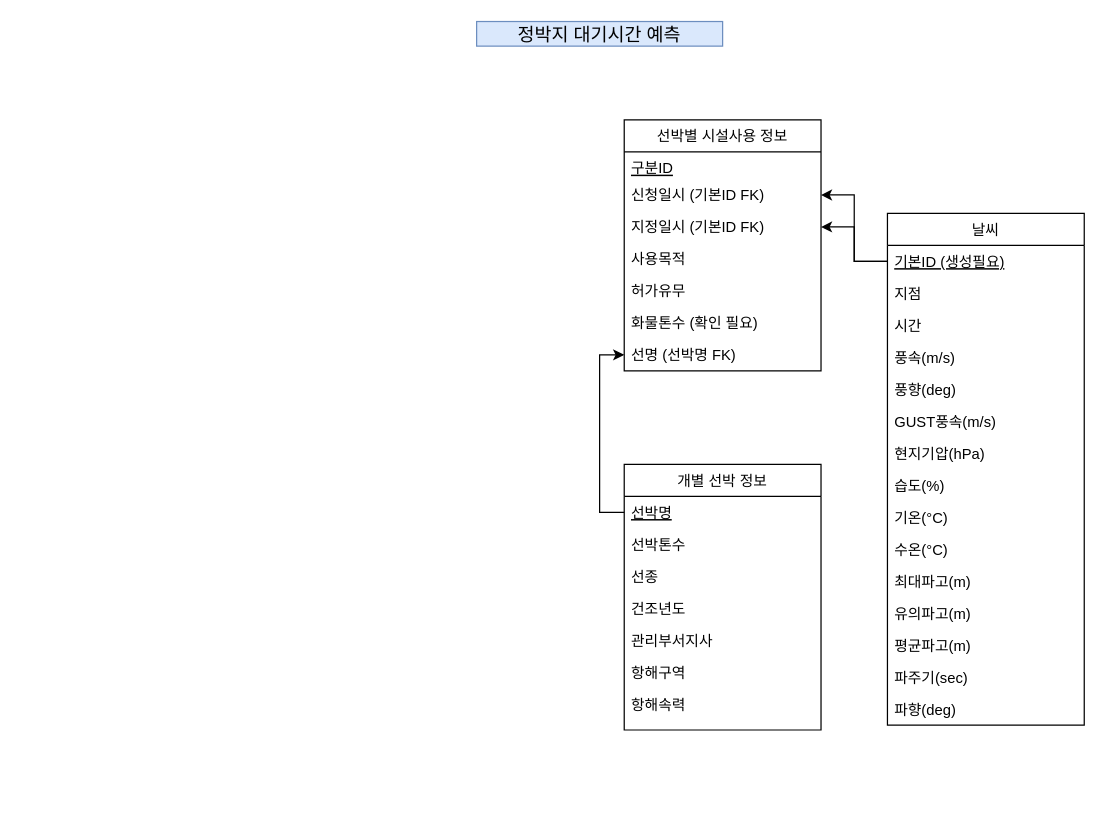
mynameis-sohee/Smart-Marine-Logistics-Project keeps this draw.io diagram as Untitled Diagram.drawio. Above is the earlier version. Source tidied: cells renumbered, new cells numbered last; positions are measured from the earlier drawing's top-left corner, leaving out a move shared by most shapes. Both pictures are drawn from the tidied source at 123%, with x=0, y=0 at pixel (476, 21).
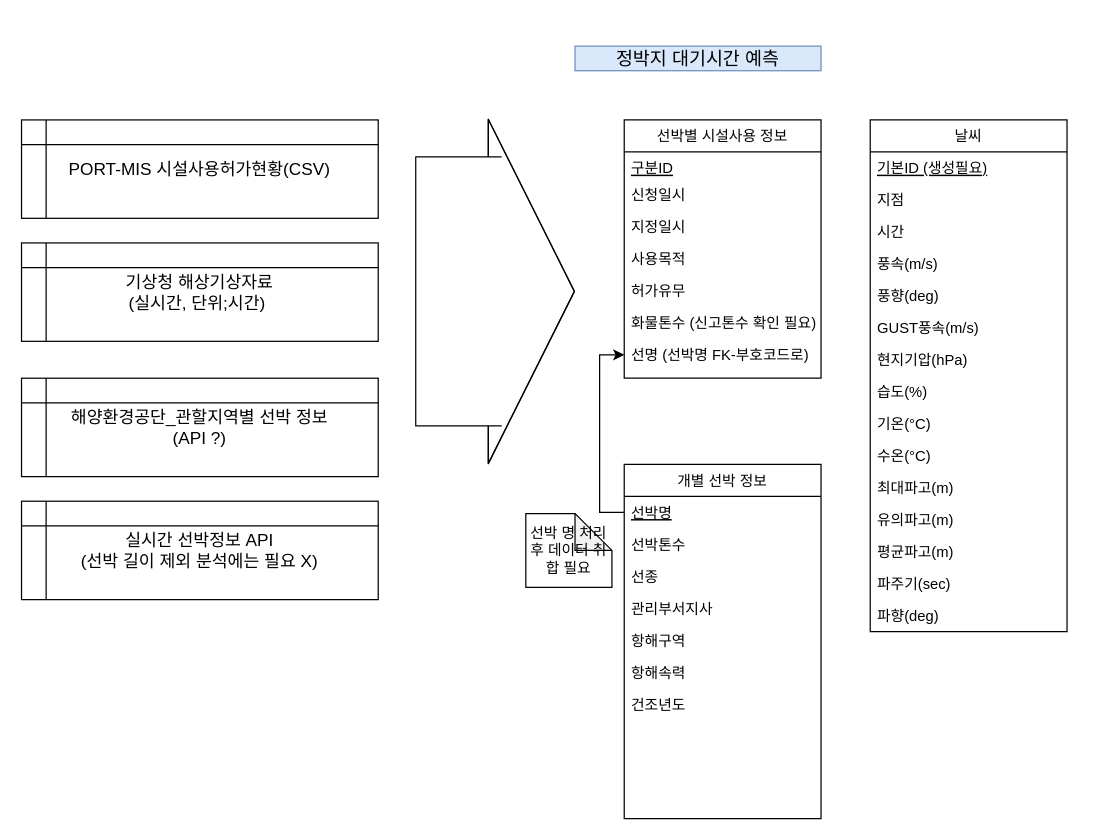
After the change.

Commit message:
데이터 아키텍쳐 설계.drawio

Unchanged cells that the change refers to:
```xml
<mxCell id="19" value="기본ID (생성필요)" style="text;align=left;verticalAlign=top;spacingLeft=4;spacingRight=4;overflow=hidden;points=[[0,0.5],[1,0.5]];portConstraint=eastwest;fontStyle=4;" parent="18" vertex="1">
  <mxGeometry y="26" width="160" height="26" as="geometry" />
</mxCell>
```

Diff of the diagram source:
```diff
@@
     <mxCell id="2" value="선박별 시설사용 정보" style="swimlane;fontStyle=0;align=center;verticalAlign=top;horizontal=1;startSize=26;rounded=0;shadow=0;strokeWidth=1;" parent="1" vertex="1">
-      <mxGeometry x="120" y="80" width="160" height="204" as="geometry" />
+      <mxGeometry x="120" y="80" width="160" height="210" as="geometry" />
     </mxCell>
@@
-    <mxCell id="4" value="신청일시 (기본ID FK)" style="text;align=left;verticalAlign=top;spacingLeft=4;spacingRight=4;overflow=hidden;points=[[0,0.5],[1,0.5]];portConstraint=eastwest;rounded=0;shadow=0;html=0;" parent="2" vertex="1">
+    <mxCell id="4" value="신청일시" style="text;align=left;verticalAlign=top;spacingLeft=4;spacingRight=4;overflow=hidden;points=[[0,0.5],[1,0.5]];portConstraint=eastwest;rounded=0;shadow=0;html=0;" parent="2" vertex="1">
       <mxGeometry y="48" width="160" height="26" as="geometry" />
     </mxCell>
-    <mxCell id="5" value="지정일시 (기본ID FK)" style="text;align=left;verticalAlign=top;spacingLeft=4;spacingRight=4;overflow=hidden;points=[[0,0.5],[1,0.5]];portConstraint=eastwest;rounded=0;shadow=0;html=0;" parent="2" vertex="1">
-      <mxGeometry y="74" width="160" height="26" as="geometry" />
-    </mxCell>
+    <mxCell id="38" value="지정일시" style="text;align=left;verticalAlign=top;spacingLeft=4;spacingRight=4;overflow=hidden;rounded=0;shadow=0;html=0;" parent="2" vertex="1">
+      <mxGeometry y="74" width="160" height="26" as="geometry" />
+    </mxCell>
@@
-    <mxCell id="8" value="화물톤수 (확인 필요)" style="text;align=left;verticalAlign=top;spacingLeft=4;spacingRight=4;overflow=hidden;" parent="2" vertex="1">
-      <mxGeometry y="152" width="160" height="26" as="geometry" />
-    </mxCell>
+    <mxCell id="39" value="화물톤수 (신고톤수 확인 필요)" style="text;align=left;verticalAlign=top;spacingLeft=4;spacingRight=4;overflow=hidden;" parent="2" vertex="1">
+      <mxGeometry y="152" width="160" height="26" as="geometry" />
+    </mxCell>
-    <mxCell id="9" value="선명 (선박명 FK)" style="text;align=left;verticalAlign=top;spacingLeft=4;spacingRight=4;overflow=hidden;points=[[0,0.5],[1,0.5]];portConstraint=eastwest;" parent="2" vertex="1">
+    <mxCell id="9" value="선명 (선박명 FK-부호코드로)" style="text;align=left;verticalAlign=top;spacingLeft=4;spacingRight=4;overflow=hidden;points=[[0,0.5],[1,0.5]];portConstraint=eastwest;" parent="2" vertex="1">
       <mxGeometry y="178" width="160" height="26" as="geometry" />
     </mxCell>
     <mxCell id="10" value="개별 선박 정보" style="swimlane;fontStyle=0;align=center;verticalAlign=top;horizontal=1;startSize=26;rounded=0;shadow=0;strokeWidth=1;" parent="1" vertex="1">
-      <mxGeometry x="120" y="360" width="160" height="216" as="geometry" />
+      <mxGeometry x="120" y="360" width="160" height="288" as="geometry" />
     </mxCell>
@@
-    <mxCell id="14" value="건조년도" style="text;align=left;verticalAlign=top;spacingLeft=4;spacingRight=4;overflow=hidden;" parent="10" vertex="1">
-      <mxGeometry y="104" width="160" height="26" as="geometry" />
-    </mxCell>
     <mxCell id="15" value="관리부서지사" style="text;align=left;verticalAlign=top;spacingLeft=4;spacingRight=4;overflow=hidden;" parent="10" vertex="1">
-      <mxGeometry y="130" width="160" height="26" as="geometry" />
+      <mxGeometry y="104" width="160" height="26" as="geometry" />
     </mxCell>
     <mxCell id="16" value="항해구역" style="text;align=left;verticalAlign=top;spacingLeft=4;spacingRight=4;overflow=hidden;" parent="10" vertex="1">
-      <mxGeometry y="156" width="160" height="26" as="geometry" />
+      <mxGeometry y="130" width="160" height="26" as="geometry" />
     </mxCell>
+    <mxCell id="40" value="항해속력" style="text;align=left;verticalAlign=top;spacingLeft=4;spacingRight=4;overflow=hidden;" parent="10" vertex="1">
+      <mxGeometry y="156" width="160" height="26" as="geometry" />
+    </mxCell>
-    <mxCell id="17" value="항해속력" style="text;align=left;verticalAlign=top;spacingLeft=4;spacingRight=4;overflow=hidden;" parent="10" vertex="1">
+    <mxCell id="17" value="건조년도" style="text;align=left;verticalAlign=top;spacingLeft=4;spacingRight=4;overflow=hidden;" parent="10" vertex="1">
       <mxGeometry y="182" width="160" height="26" as="geometry" />
     </mxCell>
     <mxCell id="18" value="날씨" style="swimlane;fontStyle=0;align=center;verticalAlign=top;horizontal=1;startSize=26;rounded=0;shadow=0;strokeWidth=1;" parent="1" vertex="1">
-      <mxGeometry x="334" y="156" width="160" height="416" as="geometry" />
+      <mxGeometry x="320" y="80" width="160" height="416" as="geometry" />
     </mxCell>
@@
-    <mxCell id="34" value="&lt;font style=&quot;font-size: 15px&quot;&gt;정박지 대기시간 예측&lt;/font&gt;" style="text;html=1;strokeColor=#6c8ebf;fillColor=#dae8fc;align=center;verticalAlign=middle;whiteSpace=wrap;rounded=0;" parent="1" vertex="1">
-      <mxGeometry width="200" height="20" as="geometry" />
+    <mxCell id="34" value="&lt;font style=&quot;font-size: 15px&quot;&gt;정박지 대기시간 예측&lt;br&gt;&lt;/font&gt;" style="text;html=1;strokeColor=#6c8ebf;fillColor=#dae8fc;align=center;verticalAlign=middle;whiteSpace=wrap;rounded=0;" parent="1" vertex="1">
+      <mxGeometry x="80" y="20" width="200" height="20" as="geometry" />
     </mxCell>
-    <mxCell id="35" style="edgeStyle=orthogonalEdgeStyle;rounded=0;jettySize=auto;html=1;exitX=0;exitY=0.5;exitDx=0;exitDy=0;" parent="1" edge="1" source="19" target="4">
-      <mxGeometry relative="1" as="geometry" />
-    </mxCell>
-    <mxCell id="36" style="edgeStyle=orthogonalEdgeStyle;rounded=0;jettySize=auto;html=1;exitX=0;exitY=0.5;exitDx=0;exitDy=0;" parent="1" edge="1" source="19" target="5">
-      <mxGeometry relative="1" as="geometry" />
-    </mxCell>
+    <mxCell id="41" value="선박 명 처리 후 데이터 취합 필요" style="shape=note;whiteSpace=wrap;html=1;backgroundOutline=1;darkOpacity=0.05;" parent="1" vertex="1">
+      <mxGeometry x="40" y="400" width="70" height="60" as="geometry" />
+    </mxCell>
@@
+    <mxCell id="42" value="&lt;font style=&quot;font-size: 14px&quot;&gt;PORT-MIS 시설사용허가현황(CSV)&lt;br&gt;&lt;/font&gt;" style="shape=internalStorage;whiteSpace=wrap;html=1;backgroundOutline=1;" parent="1" vertex="1">
+      <mxGeometry x="-370" y="80" width="290" height="80" as="geometry" />
+    </mxCell>
+    <mxCell id="43" value="&lt;font style=&quot;font-size: 14px&quot;&gt;기상청 해상기상자료&lt;br&gt;(실시간, 단위;시간)&amp;nbsp;&lt;/font&gt;" style="shape=internalStorage;whiteSpace=wrap;html=1;backgroundOutline=1;" parent="1" vertex="1">
+      <mxGeometry x="-370" y="180" width="290" height="80" as="geometry" />
+    </mxCell>
+    <mxCell id="44" value="&lt;font style=&quot;font-size: 14px&quot;&gt;해양환경공단_관할지역별 선박 정보&lt;br&gt;(API ?)&lt;/font&gt;" style="shape=internalStorage;whiteSpace=wrap;html=1;backgroundOutline=1;" parent="1" vertex="1">
+      <mxGeometry x="-370" y="290" width="290" height="80" as="geometry" />
+    </mxCell>
+    <mxCell id="45" value="&lt;font style=&quot;font-size: 14px&quot;&gt;실시간 선박정보 API&lt;br&gt;(선박 길이 제외 분석에는 필요 X)&lt;br&gt;&lt;/font&gt;" style="shape=internalStorage;whiteSpace=wrap;html=1;backgroundOutline=1;" parent="1" vertex="1">
+      <mxGeometry x="-370" y="390" width="290" height="80" as="geometry" />
+    </mxCell>
+    <mxCell id="46" style="shape=flexArrow;endArrow=classic;html=1;endWidth=60.207612456747384;endSize=23;width=218.82352941176472;" parent="1" edge="1">
+      <mxGeometry relative="1" as="geometry">
+        <mxPoint x="-50" y="219.4" as="sourcePoint" />
+        <mxPoint x="80" y="219.4" as="targetPoint" />
+        <Array as="points">
+          <mxPoint x="20" y="219.4" />
+        </Array>
+      </mxGeometry>
+    </mxCell>
```
